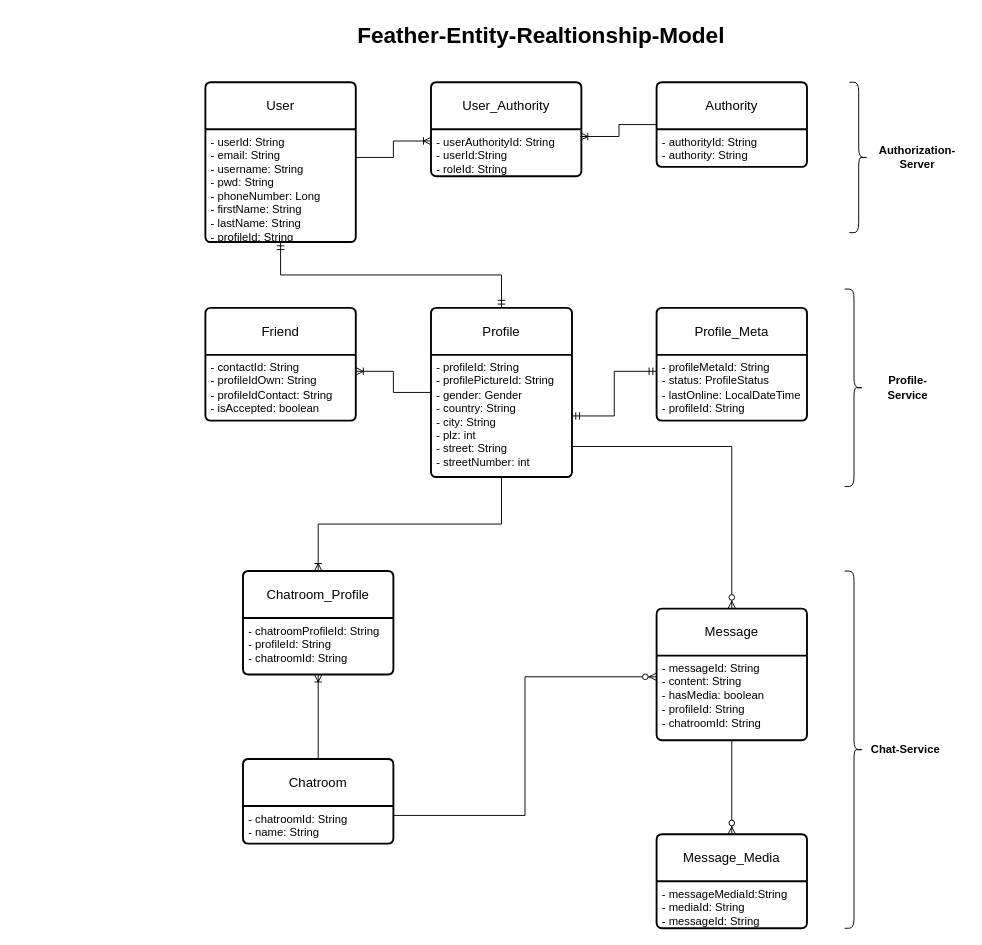
Before: Feather-Tables.drawio in soner3/feather, a draw.io diagram. Source tidied: cells renumbered, new cells numbered last; positions are measured from the earlier drawing's top-left corner, leaving out a move shared by most shapes. Both pictures are drawn from the tidied source at 94%, with x=0, y=0 at pixel (205, 16).
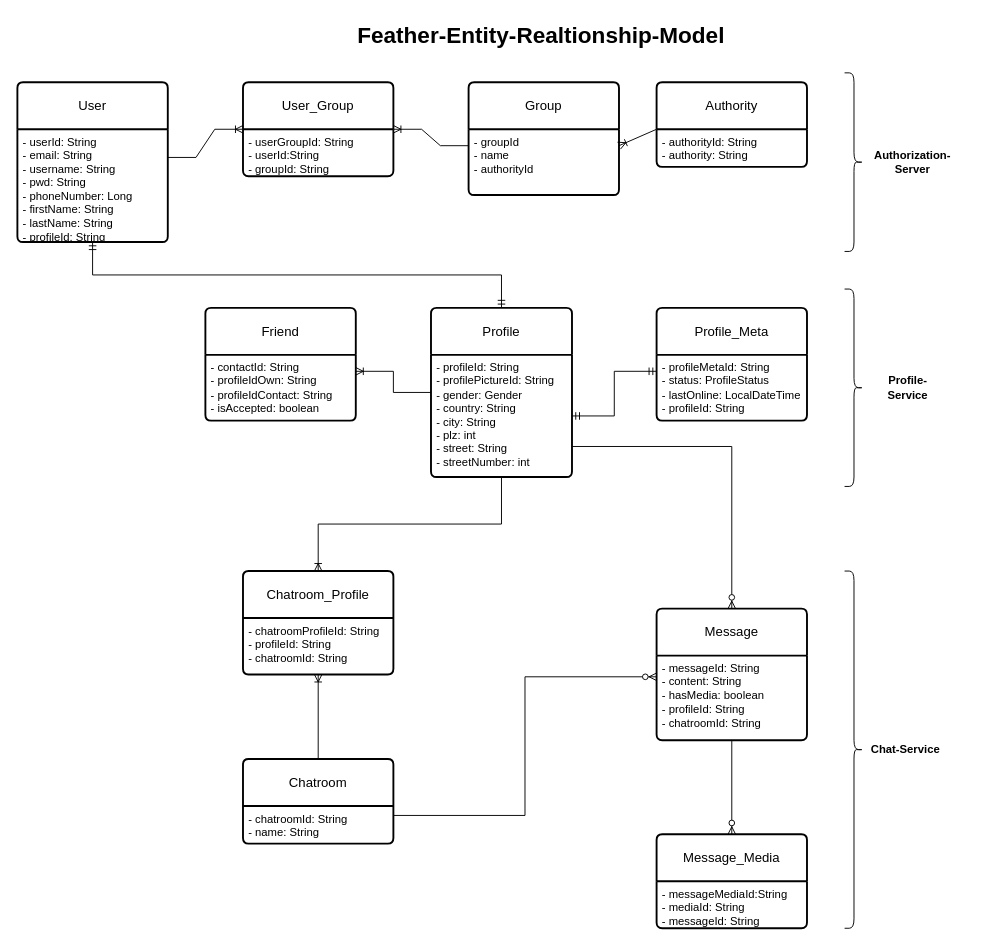
The same page after the edit.

Unchanged cells that the change refers to:
```xml
<mxCell id="3" value="- userId: String&lt;br&gt;- email: String&lt;div&gt;- username: String&lt;/div&gt;&lt;div&gt;- pwd: String&lt;/div&gt;&lt;div&gt;-&lt;span style=&quot;background-color: transparent; color: light-dark(rgb(0, 0, 0), rgb(255, 255, 255));&quot;&gt;&amp;nbsp;phoneNumber: Long&lt;/span&gt;&lt;/div&gt;&lt;div&gt;&lt;div&gt;&lt;div&gt;- firstName: String&lt;/div&gt;&lt;div&gt;- lastName: String&lt;/div&gt;&lt;/div&gt;&lt;div&gt;- profileId: String&lt;/div&gt;&lt;/div&gt;&lt;div&gt;&lt;br&gt;&lt;/div&gt;" style="align=left;strokeColor=none;fillColor=none;spacingLeft=4;fontSize=12;verticalAlign=top;html=1;" parent="2" vertex="1">
  <mxGeometry y="50" width="160" height="120" as="geometry" />
</mxCell>
<mxCell id="6" value="Authority" style="swimlane;horizontal=1;startSize=50;rounded=1;fontSize=14;fontStyle=0;strokeWidth=2;shadow=0;dashed=0;align=center;arcSize=4;whiteSpace=wrap;html=1;" parent="1" vertex="1">
  <mxGeometry x="480" y="70" width="160" height="90" as="geometry" />
</mxCell>
<mxCell id="7" value="&lt;div&gt;&lt;div&gt;- authorityId: String&lt;/div&gt;&lt;div&gt;- authority: String&lt;/div&gt;&lt;/div&gt;" style="align=left;strokeColor=none;fillColor=none;spacingLeft=4;fontSize=12;verticalAlign=top;html=1;" parent="6" vertex="1">
  <mxGeometry y="50" width="160" height="40" as="geometry" />
</mxCell>
```

What changed in the source:
```diff
@@
     <mxCell id="2" value="User" style="swimlane;horizontal=1;startSize=50;rounded=1;fontSize=14;fontStyle=0;strokeWidth=2;shadow=0;dashed=0;align=center;arcSize=4;whiteSpace=wrap;html=1;" parent="1" vertex="1">
-      <mxGeometry y="70" width="160" height="170" as="geometry" />
+      <mxGeometry x="-200" y="70" width="160" height="170" as="geometry" />
     </mxCell>
@@
-    <mxCell id="4" value="User_Authority" style="swimlane;horizontal=1;startSize=50;rounded=1;fontSize=14;fontStyle=0;strokeWidth=2;shadow=0;dashed=0;align=center;arcSize=4;whiteSpace=wrap;html=1;" parent="1" vertex="1">
-      <mxGeometry x="240" y="70" width="160" height="100" as="geometry" />
+    <mxCell id="4" value="User_Group" style="swimlane;horizontal=1;startSize=50;rounded=1;fontSize=14;fontStyle=0;strokeWidth=2;shadow=0;dashed=0;align=center;arcSize=4;whiteSpace=wrap;html=1;" parent="1" vertex="1">
+      <mxGeometry x="40" y="70" width="160" height="100" as="geometry" />
     </mxCell>
-    <mxCell id="5" value="&lt;div&gt;&lt;span style=&quot;background-color: transparent; color: light-dark(rgb(0, 0, 0), rgb(255, 255, 255));&quot;&gt;- userAuthorityId: String&lt;/span&gt;&lt;/div&gt;- userId:String&lt;div&gt;- roleId: String&lt;/div&gt;" style="align=left;strokeColor=none;fillColor=none;spacingLeft=4;fontSize=12;verticalAlign=top;html=1;" parent="4" vertex="1">
+    <mxCell id="5" value="&lt;div&gt;&lt;span style=&quot;background-color: transparent; color: light-dark(rgb(0, 0, 0), rgb(255, 255, 255));&quot;&gt;- userGroupId: String&lt;/span&gt;&lt;/div&gt;- userId:String&lt;div&gt;- groupId: String&lt;/div&gt;" style="align=left;strokeColor=none;fillColor=none;spacingLeft=4;fontSize=12;verticalAlign=top;html=1;" parent="4" vertex="1">
       <mxGeometry y="50" width="160" height="50" as="geometry" />
     </mxCell>
@@
-    <mxCell id="8" style="edgeStyle=orthogonalEdgeStyle;fontSize=12;html=1;endArrow=ERoneToMany;rounded=0;exitX=1;exitY=0.25;exitDx=0;exitDy=0;entryX=0;entryY=0.25;entryDx=0;entryDy=0;" parent="1" edge="1" source="3" target="5">
-      <mxGeometry relative="1" as="geometry" />
-    </mxCell>
-    <mxCell id="9" style="edgeStyle=orthogonalEdgeStyle;fontSize=12;html=1;endArrow=ERoneToMany;rounded=0;exitX=0;exitY=0.5;exitDx=0;exitDy=0;entryX=0.993;entryY=0.154;entryDx=0;entryDy=0;entryPerimeter=0;" parent="1" edge="1" source="6" target="5">
-      <mxGeometry relative="1" as="geometry" />
-    </mxCell>
@@
     <mxCell id="38" style="shape=curlyBracket;whiteSpace=wrap;html=1;rounded=1;flipH=1;labelPosition=right;verticalLabelPosition=middle;align=left;verticalAlign=middle;" parent="1" vertex="1">
-      <mxGeometry x="685" y="70" width="20" height="160" as="geometry" />
+      <mxGeometry x="680" y="60" width="20" height="190" as="geometry" />
     </mxCell>
     <mxCell id="39" value="&lt;b&gt;Authorization-Server&lt;/b&gt;" style="text;html=1;align=center;verticalAlign=middle;whiteSpace=wrap;rounded=0;" parent="1" vertex="1">
-      <mxGeometry x="705" y="135" width="105" height="30" as="geometry" />
+      <mxGeometry x="700" y="140" width="105" height="30" as="geometry" />
     </mxCell>
+    <mxCell id="40" value="Group" style="swimlane;horizontal=1;startSize=50;rounded=1;fontSize=14;fontStyle=0;strokeWidth=2;shadow=0;dashed=0;align=center;arcSize=4;whiteSpace=wrap;html=1;" parent="1" vertex="1">
+      <mxGeometry x="280" y="70" width="160" height="120" as="geometry" />
+    </mxCell>
+    <mxCell id="41" value="- groupId&lt;div&gt;- name&lt;/div&gt;&lt;div&gt;- authorityId&lt;/div&gt;" style="align=left;strokeColor=none;fillColor=none;spacingLeft=4;fontSize=12;verticalAlign=top;html=1;" parent="40" vertex="1">
+      <mxGeometry y="50" width="160" height="70" as="geometry" />
+    </mxCell>
+    <mxCell id="42" style="edgeStyle=entityRelationEdgeStyle;fontSize=12;html=1;endArrow=ERoneToMany;rounded=0;exitX=1;exitY=0.25;exitDx=0;exitDy=0;entryX=0;entryY=0.5;entryDx=0;entryDy=0;" parent="1" edge="1" source="3" target="4">
+      <mxGeometry relative="1" as="geometry" />
+    </mxCell>
+    <mxCell id="43" style="edgeStyle=entityRelationEdgeStyle;fontSize=12;html=1;endArrow=ERoneToMany;rounded=0;entryX=1;entryY=0;entryDx=0;entryDy=0;exitX=0;exitY=0.25;exitDx=0;exitDy=0;" parent="1" edge="1" source="41" target="5">
+      <mxGeometry relative="1" as="geometry" />
+    </mxCell>
+    <mxCell id="44" style="fontSize=12;html=1;endArrow=ERoneToMany;rounded=0;entryX=1;entryY=0.25;entryDx=0;entryDy=0;exitX=0;exitY=0;exitDx=0;exitDy=0;" parent="1" edge="1" source="7" target="41">
+      <mxGeometry relative="1" as="geometry" />
+    </mxCell>
```
